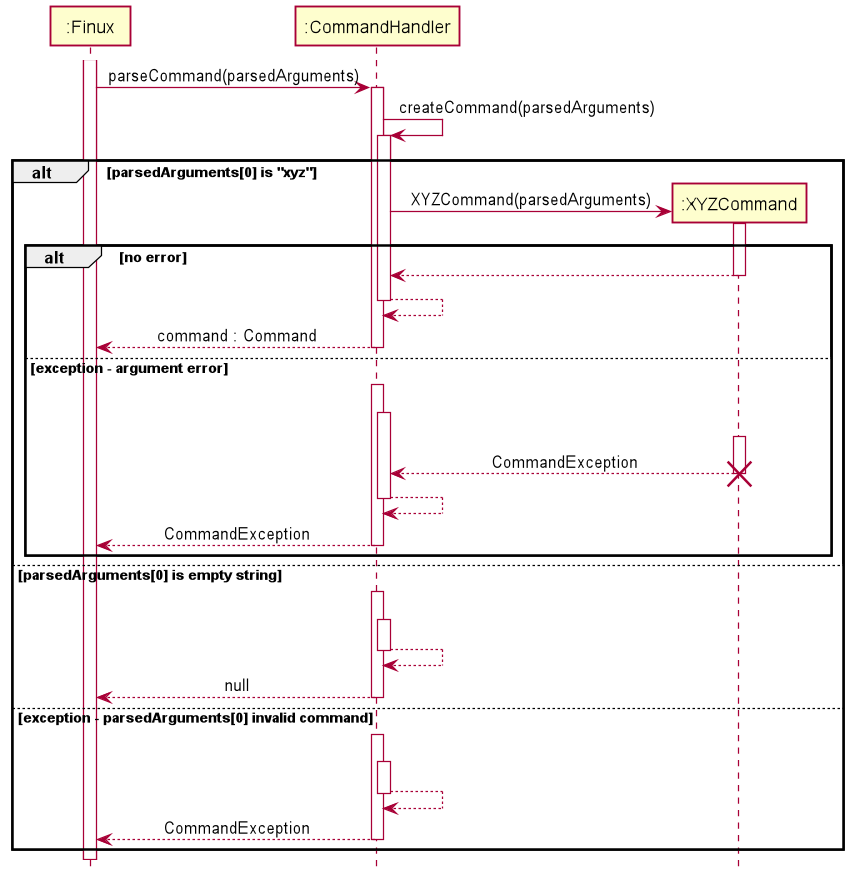
Above: docs/img/CommandHandlerSequenceDiagram.png in nus-cs2113-AY2021S2/tp (PlantUML), before the change.
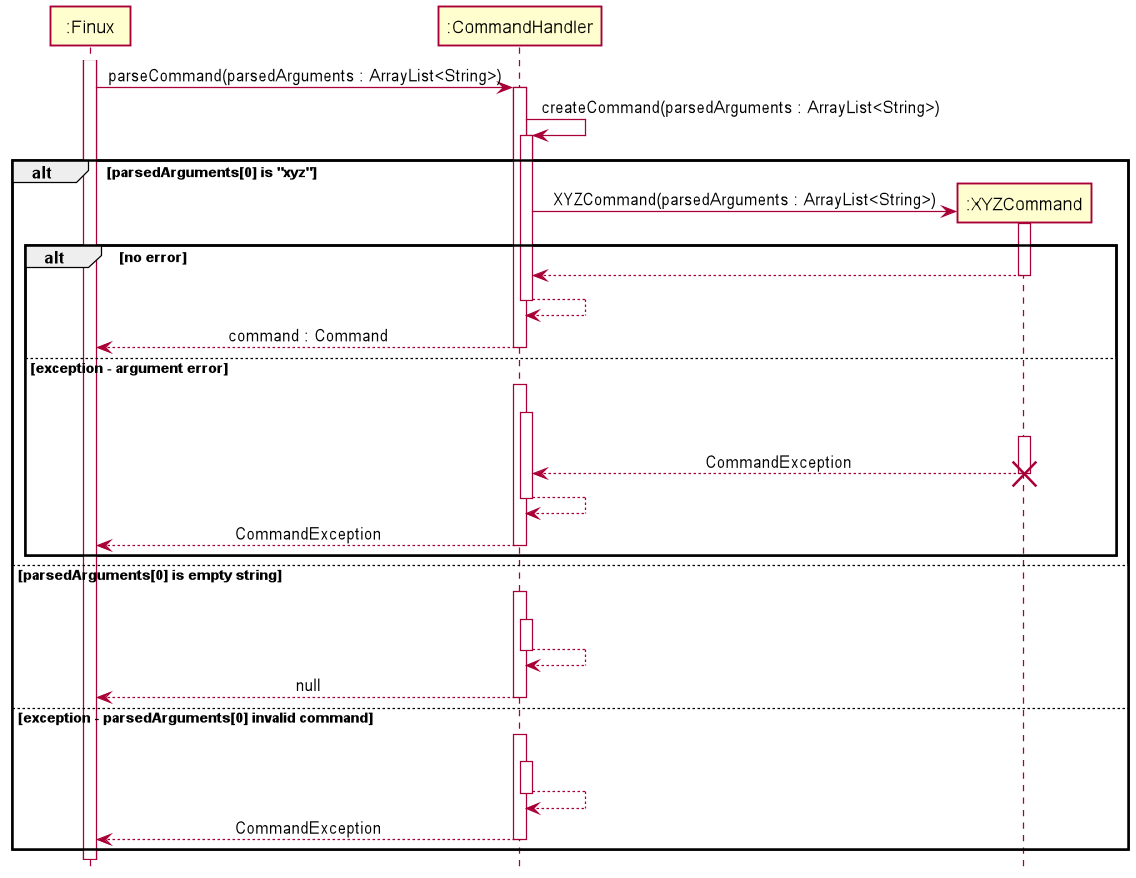
The same file after the commit.

Commit message:
Add edits to the sequence diagrams

What changed in the source:
```diff
@@ -6,13 +6,13 @@
 Participant ":XYZCommand" as XYZCommand
 
 activate Finux
-Finux -> CommandHandler : parseCommand(parsedArguments)
+Finux -> CommandHandler : parseCommand(parsedArguments : ArrayList<String>)
 activate CommandHandler
-CommandHandler -> CommandHandler :createCommand(parsedArguments)
+CommandHandler -> CommandHandler :createCommand(parsedArguments : ArrayList<String>)
 activate CommandHandler
 alt parsedArguments[0] is "xyz"
     create XYZCommand
-    CommandHandler -> XYZCommand : XYZCommand(parsedArguments)
+    CommandHandler -> XYZCommand : XYZCommand(parsedArguments : ArrayList<String>)
     activate XYZCommand
     alt no error
     XYZCommand --> CommandHandler
```
